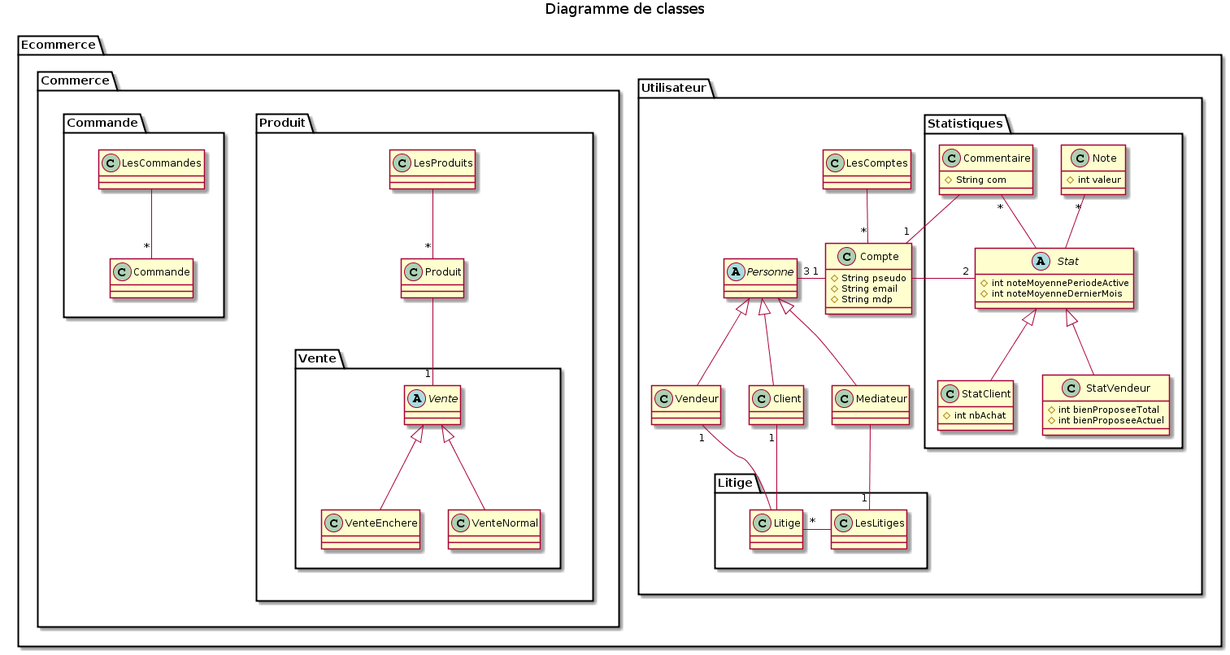
The PlantUML diagram DiagClass/DiagClass.png in Moinketroa/Ebayz, before a commit.
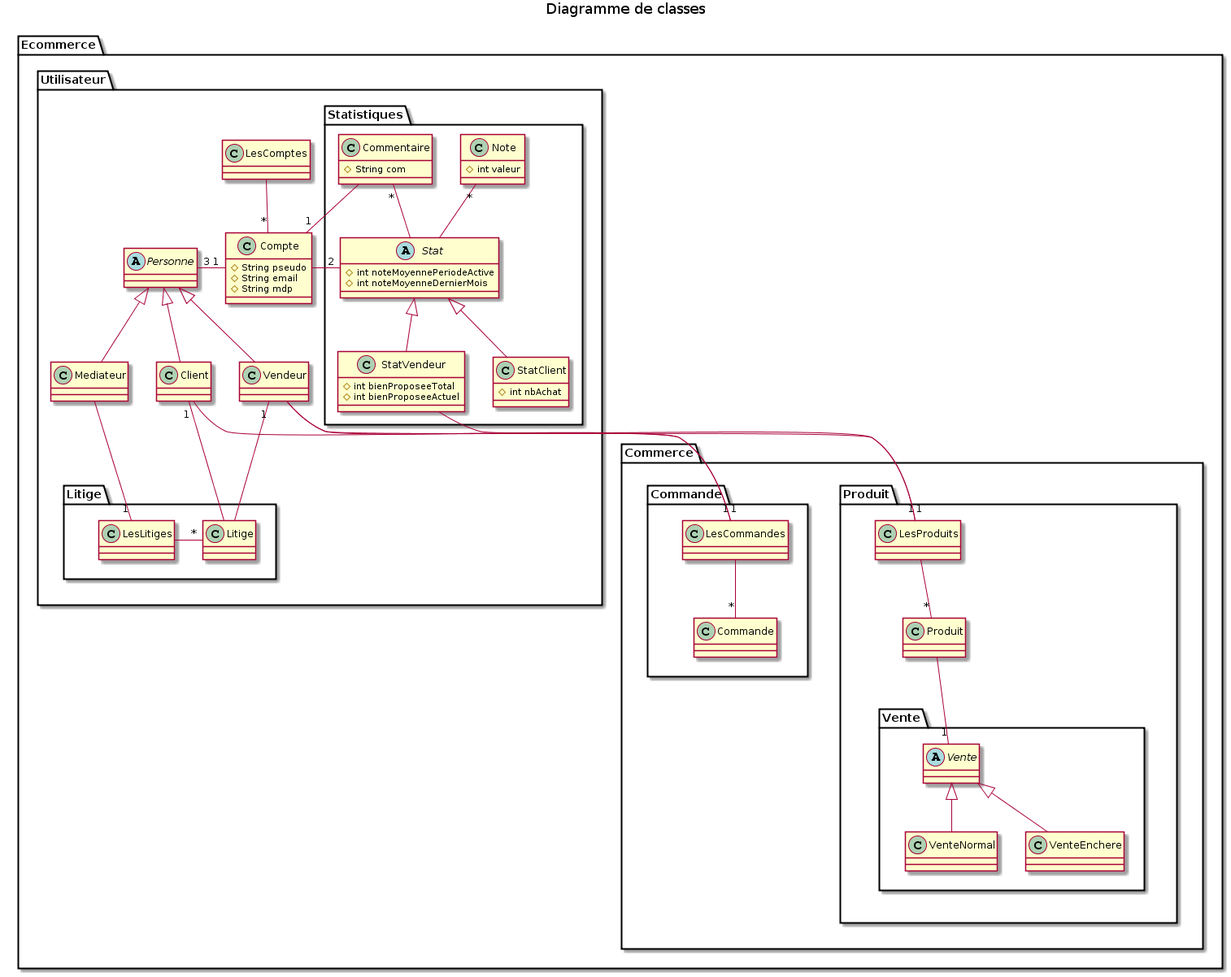
The same file after the commit.

Commit message:
Modif diag class

Change to the diagram source:
```diff
@@ -106,6 +106,10 @@
         }
     }
 
+    LesCommandes "1"-- Vendeur
+    LesProduits "1"-- Vendeur
+    Client -- "1" LesCommandes
+    StatVendeur -- "1" LesProduits
 
 }
 @enduml
```
